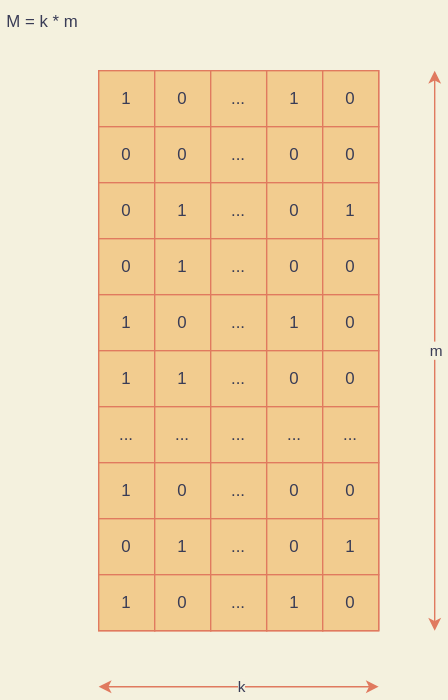
Above: variant_bloom_filter.drawio.svg in oliverdding/images (draw.io), before the change. Source tidied: cells renumbered, new cells last; positions are measured from the earlier drawing's top-left corner, leaving out a move shared by most shapes. Source of this version:
```xml
<mxGraphModel background="#F4F1DE">
  <root>
    <mxCell id="0" />
    <mxCell id="1" parent="0" />
    <mxCell id="2" style="rounded=0;whiteSpace=wrap;html=1;fillColor=#F2CC8F;strokeColor=#E07A5F;fontColor=#393C56;" parent="1" vertex="1">
      <mxGeometry x="70" y="50" width="40" height="400" as="geometry" />
    </mxCell>
    <mxCell id="3" value="1" style="rounded=0;whiteSpace=wrap;html=1;fillColor=#F2CC8F;strokeColor=#E07A5F;fontColor=#393C56;" parent="1" vertex="1">
      <mxGeometry x="70" y="50" width="40" height="40" as="geometry" />
    </mxCell>
    <mxCell id="4" value="0" style="rounded=0;whiteSpace=wrap;html=1;fillColor=#F2CC8F;strokeColor=#E07A5F;fontColor=#393C56;" parent="1" vertex="1">
      <mxGeometry x="70" y="90" width="40" height="40" as="geometry" />
    </mxCell>
    <mxCell id="5" value="0" style="rounded=0;whiteSpace=wrap;html=1;fillColor=#F2CC8F;strokeColor=#E07A5F;fontColor=#393C56;" parent="1" vertex="1">
      <mxGeometry x="70" y="130" width="40" height="40" as="geometry" />
    </mxCell>
    <mxCell id="6" value="0" style="rounded=0;whiteSpace=wrap;html=1;fillColor=#F2CC8F;strokeColor=#E07A5F;fontColor=#393C56;" parent="1" vertex="1">
      <mxGeometry x="70" y="170" width="40" height="40" as="geometry" />
    </mxCell>
    <mxCell id="7" value="1" style="rounded=0;whiteSpace=wrap;html=1;fillColor=#F2CC8F;strokeColor=#E07A5F;fontColor=#393C56;" parent="1" vertex="1">
      <mxGeometry x="70" y="210" width="40" height="40" as="geometry" />
    </mxCell>
    <mxCell id="8" value="1" style="rounded=0;whiteSpace=wrap;html=1;fillColor=#F2CC8F;strokeColor=#E07A5F;fontColor=#393C56;" parent="1" vertex="1">
      <mxGeometry x="70" y="250" width="40" height="40" as="geometry" />
    </mxCell>
    <mxCell id="9" value="..." style="rounded=0;whiteSpace=wrap;html=1;fillColor=#F2CC8F;strokeColor=#E07A5F;fontColor=#393C56;" parent="1" vertex="1">
      <mxGeometry x="70" y="290" width="40" height="40" as="geometry" />
    </mxCell>
    <mxCell id="10" value="1" style="rounded=0;whiteSpace=wrap;html=1;fillColor=#F2CC8F;strokeColor=#E07A5F;fontColor=#393C56;" parent="1" vertex="1">
      <mxGeometry x="70" y="330" width="40" height="40" as="geometry" />
    </mxCell>
    <mxCell id="11" value="0" style="rounded=0;whiteSpace=wrap;html=1;fillColor=#F2CC8F;strokeColor=#E07A5F;fontColor=#393C56;" parent="1" vertex="1">
      <mxGeometry x="70" y="370" width="40" height="40" as="geometry" />
    </mxCell>
    <mxCell id="12" value="1" style="rounded=0;whiteSpace=wrap;html=1;fillColor=#F2CC8F;strokeColor=#E07A5F;fontColor=#393C56;" parent="1" vertex="1">
      <mxGeometry x="70" y="410" width="40" height="40" as="geometry" />
    </mxCell>
    <mxCell id="13" style="rounded=0;whiteSpace=wrap;html=1;fillColor=#F2CC8F;strokeColor=#E07A5F;fontColor=#393C56;" parent="1" vertex="1">
      <mxGeometry x="110" y="50" width="40" height="400" as="geometry" />
    </mxCell>
    <mxCell id="14" value="0" style="rounded=0;whiteSpace=wrap;html=1;fillColor=#F2CC8F;strokeColor=#E07A5F;fontColor=#393C56;" parent="1" vertex="1">
      <mxGeometry x="110" y="50" width="40" height="40" as="geometry" />
    </mxCell>
    <mxCell id="15" value="0" style="rounded=0;whiteSpace=wrap;html=1;fillColor=#F2CC8F;strokeColor=#E07A5F;fontColor=#393C56;" parent="1" vertex="1">
      <mxGeometry x="110" y="90" width="40" height="40" as="geometry" />
    </mxCell>
    <mxCell id="16" value="1" style="rounded=0;whiteSpace=wrap;html=1;fillColor=#F2CC8F;strokeColor=#E07A5F;fontColor=#393C56;" parent="1" vertex="1">
      <mxGeometry x="110" y="130" width="40" height="40" as="geometry" />
    </mxCell>
    <mxCell id="17" value="1" style="rounded=0;whiteSpace=wrap;html=1;fillColor=#F2CC8F;strokeColor=#E07A5F;fontColor=#393C56;" parent="1" vertex="1">
      <mxGeometry x="110" y="170" width="40" height="40" as="geometry" />
    </mxCell>
    <mxCell id="18" value="0" style="rounded=0;whiteSpace=wrap;html=1;fillColor=#F2CC8F;strokeColor=#E07A5F;fontColor=#393C56;" parent="1" vertex="1">
      <mxGeometry x="110" y="210" width="40" height="40" as="geometry" />
    </mxCell>
    <mxCell id="19" value="1" style="rounded=0;whiteSpace=wrap;html=1;fillColor=#F2CC8F;strokeColor=#E07A5F;fontColor=#393C56;" parent="1" vertex="1">
      <mxGeometry x="110" y="250" width="40" height="40" as="geometry" />
    </mxCell>
    <mxCell id="20" value="..." style="rounded=0;whiteSpace=wrap;html=1;fillColor=#F2CC8F;strokeColor=#E07A5F;fontColor=#393C56;" parent="1" vertex="1">
      <mxGeometry x="110" y="290" width="40" height="40" as="geometry" />
    </mxCell>
    <mxCell id="21" value="0" style="rounded=0;whiteSpace=wrap;html=1;fillColor=#F2CC8F;strokeColor=#E07A5F;fontColor=#393C56;" parent="1" vertex="1">
      <mxGeometry x="110" y="330" width="40" height="40" as="geometry" />
    </mxCell>
    <mxCell id="22" value="1" style="rounded=0;whiteSpace=wrap;html=1;fillColor=#F2CC8F;strokeColor=#E07A5F;fontColor=#393C56;" parent="1" vertex="1">
      <mxGeometry x="110" y="370" width="40" height="40" as="geometry" />
    </mxCell>
    <mxCell id="23" value="0" style="rounded=0;whiteSpace=wrap;html=1;fillColor=#F2CC8F;strokeColor=#E07A5F;fontColor=#393C56;" parent="1" vertex="1">
      <mxGeometry x="110" y="410" width="40" height="40" as="geometry" />
    </mxCell>
    <mxCell id="24" style="rounded=0;whiteSpace=wrap;html=1;fillColor=#F2CC8F;strokeColor=#E07A5F;fontColor=#393C56;" parent="1" vertex="1">
      <mxGeometry x="150" y="50" width="40" height="400" as="geometry" />
    </mxCell>
    <mxCell id="25" value="..." style="rounded=0;whiteSpace=wrap;html=1;fillColor=#F2CC8F;strokeColor=#E07A5F;fontColor=#393C56;" parent="1" vertex="1">
      <mxGeometry x="150" y="50" width="40" height="40" as="geometry" />
    </mxCell>
    <mxCell id="26" value="..." style="rounded=0;whiteSpace=wrap;html=1;fillColor=#F2CC8F;strokeColor=#E07A5F;fontColor=#393C56;" parent="1" vertex="1">
      <mxGeometry x="150" y="90" width="40" height="40" as="geometry" />
    </mxCell>
    <mxCell id="27" value="..." style="rounded=0;whiteSpace=wrap;html=1;fillColor=#F2CC8F;strokeColor=#E07A5F;fontColor=#393C56;" parent="1" vertex="1">
      <mxGeometry x="150" y="130" width="40" height="40" as="geometry" />
    </mxCell>
    <mxCell id="28" value="..." style="rounded=0;whiteSpace=wrap;html=1;fillColor=#F2CC8F;strokeColor=#E07A5F;fontColor=#393C56;" parent="1" vertex="1">
      <mxGeometry x="150" y="170" width="40" height="40" as="geometry" />
    </mxCell>
    <mxCell id="29" value="..." style="rounded=0;whiteSpace=wrap;html=1;fillColor=#F2CC8F;strokeColor=#E07A5F;fontColor=#393C56;" parent="1" vertex="1">
      <mxGeometry x="150" y="210" width="40" height="40" as="geometry" />
    </mxCell>
    <mxCell id="30" value="..." style="rounded=0;whiteSpace=wrap;html=1;fillColor=#F2CC8F;strokeColor=#E07A5F;fontColor=#393C56;" parent="1" vertex="1">
      <mxGeometry x="150" y="250" width="40" height="40" as="geometry" />
    </mxCell>
    <mxCell id="31" value="..." style="rounded=0;whiteSpace=wrap;html=1;fillColor=#F2CC8F;strokeColor=#E07A5F;fontColor=#393C56;" parent="1" vertex="1">
      <mxGeometry x="150" y="290" width="40" height="40" as="geometry" />
    </mxCell>
    <mxCell id="32" value="..." style="rounded=0;whiteSpace=wrap;html=1;fillColor=#F2CC8F;strokeColor=#E07A5F;fontColor=#393C56;" parent="1" vertex="1">
      <mxGeometry x="150" y="330" width="40" height="40" as="geometry" />
    </mxCell>
    <mxCell id="33" value="..." style="rounded=0;whiteSpace=wrap;html=1;fillColor=#F2CC8F;strokeColor=#E07A5F;fontColor=#393C56;" parent="1" vertex="1">
      <mxGeometry x="150" y="370" width="40" height="40" as="geometry" />
    </mxCell>
    <mxCell id="34" value="..." style="rounded=0;whiteSpace=wrap;html=1;fillColor=#F2CC8F;strokeColor=#E07A5F;fontColor=#393C56;" parent="1" vertex="1">
      <mxGeometry x="150" y="410" width="40" height="40" as="geometry" />
    </mxCell>
    <mxCell id="35" style="rounded=0;whiteSpace=wrap;html=1;fillColor=#F2CC8F;strokeColor=#E07A5F;fontColor=#393C56;" parent="1" vertex="1">
      <mxGeometry x="190" y="50" width="40" height="400" as="geometry" />
    </mxCell>
    <mxCell id="36" value="1" style="rounded=0;whiteSpace=wrap;html=1;fillColor=#F2CC8F;strokeColor=#E07A5F;fontColor=#393C56;" parent="1" vertex="1">
      <mxGeometry x="190" y="50" width="40" height="40" as="geometry" />
    </mxCell>
    <mxCell id="37" value="0" style="rounded=0;whiteSpace=wrap;html=1;fillColor=#F2CC8F;strokeColor=#E07A5F;fontColor=#393C56;" parent="1" vertex="1">
      <mxGeometry x="190" y="90" width="40" height="40" as="geometry" />
    </mxCell>
    <mxCell id="38" value="0" style="rounded=0;whiteSpace=wrap;html=1;fillColor=#F2CC8F;strokeColor=#E07A5F;fontColor=#393C56;" parent="1" vertex="1">
      <mxGeometry x="190" y="130" width="40" height="40" as="geometry" />
    </mxCell>
    <mxCell id="39" value="0" style="rounded=0;whiteSpace=wrap;html=1;fillColor=#F2CC8F;strokeColor=#E07A5F;fontColor=#393C56;" parent="1" vertex="1">
      <mxGeometry x="190" y="170" width="40" height="40" as="geometry" />
    </mxCell>
    <mxCell id="40" value="1" style="rounded=0;whiteSpace=wrap;html=1;fillColor=#F2CC8F;strokeColor=#E07A5F;fontColor=#393C56;" parent="1" vertex="1">
      <mxGeometry x="190" y="210" width="40" height="40" as="geometry" />
    </mxCell>
    <mxCell id="41" value="0" style="rounded=0;whiteSpace=wrap;html=1;fillColor=#F2CC8F;strokeColor=#E07A5F;fontColor=#393C56;" parent="1" vertex="1">
      <mxGeometry x="190" y="250" width="40" height="40" as="geometry" />
    </mxCell>
    <mxCell id="42" value="..." style="rounded=0;whiteSpace=wrap;html=1;fillColor=#F2CC8F;strokeColor=#E07A5F;fontColor=#393C56;" parent="1" vertex="1">
      <mxGeometry x="190" y="290" width="40" height="40" as="geometry" />
    </mxCell>
    <mxCell id="43" value="0" style="rounded=0;whiteSpace=wrap;html=1;fillColor=#F2CC8F;strokeColor=#E07A5F;fontColor=#393C56;" parent="1" vertex="1">
      <mxGeometry x="190" y="330" width="40" height="40" as="geometry" />
    </mxCell>
    <mxCell id="44" value="0" style="rounded=0;whiteSpace=wrap;html=1;fillColor=#F2CC8F;strokeColor=#E07A5F;fontColor=#393C56;" parent="1" vertex="1">
      <mxGeometry x="190" y="370" width="40" height="40" as="geometry" />
    </mxCell>
    <mxCell id="45" value="1" style="rounded=0;whiteSpace=wrap;html=1;fillColor=#F2CC8F;strokeColor=#E07A5F;fontColor=#393C56;" parent="1" vertex="1">
      <mxGeometry x="190" y="410" width="40" height="40" as="geometry" />
    </mxCell>
    <mxCell id="46" style="rounded=0;whiteSpace=wrap;html=1;fillColor=#F2CC8F;strokeColor=#E07A5F;fontColor=#393C56;" parent="1" vertex="1">
      <mxGeometry x="230" y="50" width="40" height="400" as="geometry" />
    </mxCell>
    <mxCell id="47" value="0" style="rounded=0;whiteSpace=wrap;html=1;fillColor=#F2CC8F;strokeColor=#E07A5F;fontColor=#393C56;" parent="1" vertex="1">
      <mxGeometry x="230" y="50" width="40" height="40" as="geometry" />
    </mxCell>
    <mxCell id="48" value="0" style="rounded=0;whiteSpace=wrap;html=1;fillColor=#F2CC8F;strokeColor=#E07A5F;fontColor=#393C56;" parent="1" vertex="1">
      <mxGeometry x="230" y="90" width="40" height="40" as="geometry" />
    </mxCell>
    <mxCell id="49" value="1" style="rounded=0;whiteSpace=wrap;html=1;fillColor=#F2CC8F;strokeColor=#E07A5F;fontColor=#393C56;" parent="1" vertex="1">
      <mxGeometry x="230" y="130" width="40" height="40" as="geometry" />
    </mxCell>
    <mxCell id="50" value="0" style="rounded=0;whiteSpace=wrap;html=1;fillColor=#F2CC8F;strokeColor=#E07A5F;fontColor=#393C56;" parent="1" vertex="1">
      <mxGeometry x="230" y="170" width="40" height="40" as="geometry" />
    </mxCell>
    <mxCell id="51" value="0" style="rounded=0;whiteSpace=wrap;html=1;fillColor=#F2CC8F;strokeColor=#E07A5F;fontColor=#393C56;" parent="1" vertex="1">
      <mxGeometry x="230" y="210" width="40" height="40" as="geometry" />
    </mxCell>
    <mxCell id="52" value="0" style="rounded=0;whiteSpace=wrap;html=1;fillColor=#F2CC8F;strokeColor=#E07A5F;fontColor=#393C56;" parent="1" vertex="1">
      <mxGeometry x="230" y="250" width="40" height="40" as="geometry" />
    </mxCell>
    <mxCell id="53" value="..." style="rounded=0;whiteSpace=wrap;html=1;fillColor=#F2CC8F;strokeColor=#E07A5F;fontColor=#393C56;" parent="1" vertex="1">
      <mxGeometry x="230" y="290" width="40" height="40" as="geometry" />
    </mxCell>
    <mxCell id="54" value="0" style="rounded=0;whiteSpace=wrap;html=1;fillColor=#F2CC8F;strokeColor=#E07A5F;fontColor=#393C56;" parent="1" vertex="1">
      <mxGeometry x="230" y="330" width="40" height="40" as="geometry" />
    </mxCell>
    <mxCell id="55" value="1" style="rounded=0;whiteSpace=wrap;html=1;fillColor=#F2CC8F;strokeColor=#E07A5F;fontColor=#393C56;" parent="1" vertex="1">
      <mxGeometry x="230" y="370" width="40" height="40" as="geometry" />
    </mxCell>
    <mxCell id="56" value="0" style="rounded=0;whiteSpace=wrap;html=1;fillColor=#F2CC8F;strokeColor=#E07A5F;fontColor=#393C56;" parent="1" vertex="1">
      <mxGeometry x="230" y="410" width="40" height="40" as="geometry" />
    </mxCell>
    <mxCell id="57" style="endArrow=classic;startArrow=classic;html=1;rounded=0;labelBackgroundColor=#F4F1DE;strokeColor=#E07A5F;fontColor=#393C56;" parent="1" edge="1">
      <mxGeometry relative="1" as="geometry">
        <mxPoint x="310" y="450" as="sourcePoint" />
        <mxPoint x="310" y="50" as="targetPoint" />
      </mxGeometry>
    </mxCell>
    <mxCell id="58" value="m" style="edgeLabel;html=1;align=center;verticalAlign=middle;labelBackgroundColor=#F4F1DE;fontColor=#393C56;" parent="57" vertex="1">
      <mxGeometry x="0.01" relative="1" as="geometry" />
    </mxCell>
    <mxCell id="59" style="endArrow=classic;startArrow=classic;html=1;rounded=0;labelBackgroundColor=#F4F1DE;strokeColor=#E07A5F;fontColor=#393C56;" parent="1" edge="1">
      <mxGeometry relative="1" as="geometry">
        <mxPoint x="70" y="490" as="sourcePoint" />
        <mxPoint x="270" y="490" as="targetPoint" />
      </mxGeometry>
    </mxCell>
    <mxCell id="60" value="k" style="edgeLabel;html=1;align=center;verticalAlign=middle;labelBackgroundColor=#F4F1DE;fontColor=#393C56;" parent="59" vertex="1">
      <mxGeometry x="0.01" y="1" relative="1" as="geometry" />
    </mxCell>
    <mxCell id="61" value="M = k * m" style="text;html=1;strokeColor=none;fillColor=none;align=center;verticalAlign=middle;whiteSpace=wrap;rounded=0;sketch=0;fontColor=#393C56;" parent="1" vertex="1">
      <mxGeometry width="60" height="30" as="geometry" />
    </mxCell>
  </root>
</mxGraphModel>
```
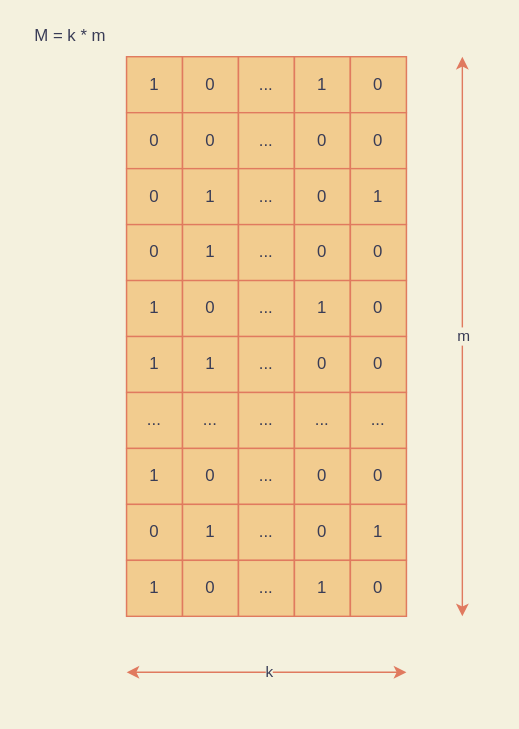
After the commit.

Change to the diagram source:
```diff
@@ -2,6 +2,9 @@
   <root>
     <mxCell id="0" />
     <mxCell id="1" parent="0" />
+    <mxCell id="62" style="rounded=0;whiteSpace=wrap;html=1;fillColor=none;strokeColor=none;fontColor=#393C56;" parent="1" vertex="1">
+      <mxGeometry x="-20" y="10" width="370" height="520" as="geometry" />
+    </mxCell>
     <mxCell id="2" style="rounded=0;whiteSpace=wrap;html=1;fillColor=#F2CC8F;strokeColor=#E07A5F;fontColor=#393C56;" parent="1" vertex="1">
       <mxGeometry x="70" y="50" width="40" height="400" as="geometry" />
     </mxCell>
@@ -186,7 +189,7 @@
       <mxGeometry x="0.01" y="1" relative="1" as="geometry" />
     </mxCell>
     <mxCell id="61" value="M = k * m" style="text;html=1;strokeColor=none;fillColor=none;align=center;verticalAlign=middle;whiteSpace=wrap;rounded=0;sketch=0;fontColor=#393C56;" parent="1" vertex="1">
-      <mxGeometry width="60" height="30" as="geometry" />
+      <mxGeometry y="20" width="60" height="30" as="geometry" />
     </mxCell>
   </root>
 </mxGraphModel>
```
